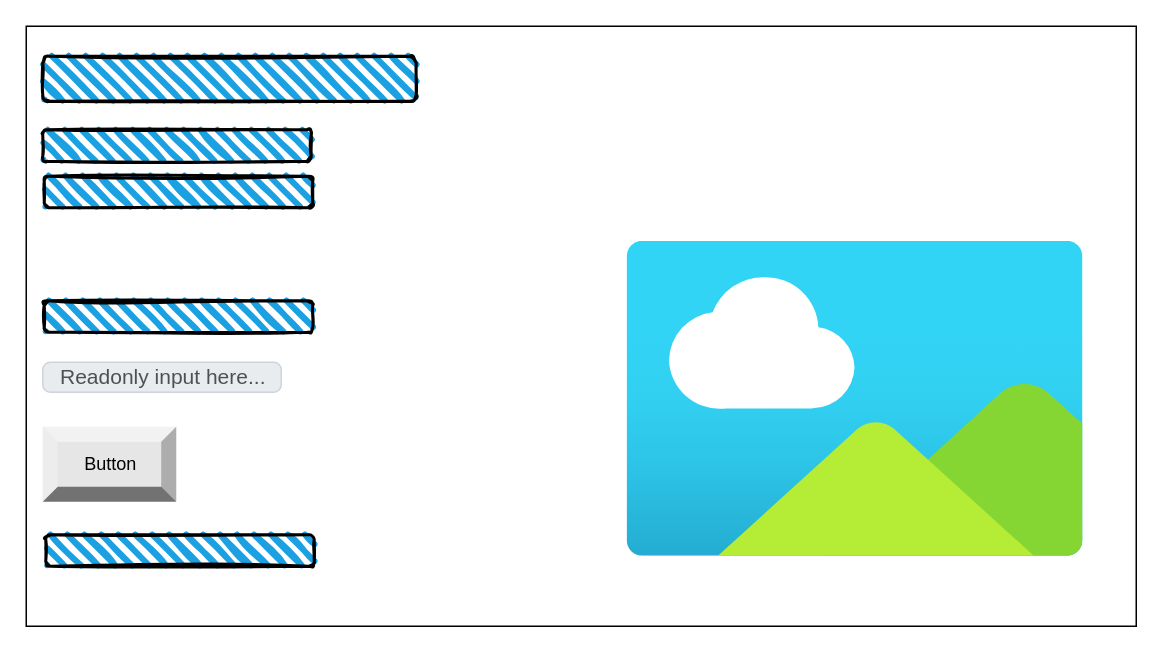
Earlier version of the draw.io diagram page "Page-2" (2 of 2) of design/story-board.drawio (ekaterina-chernykh/ICS20-Unit-5-01). Source tidied: cells renumbered, new cells numbered last; positions are measured from the earlier drawing's top-left corner, leaving out a move shared by most shapes. Both pictures are drawn from the tidied source at 150%, with x=0, y=0 at pixel (26, 26).
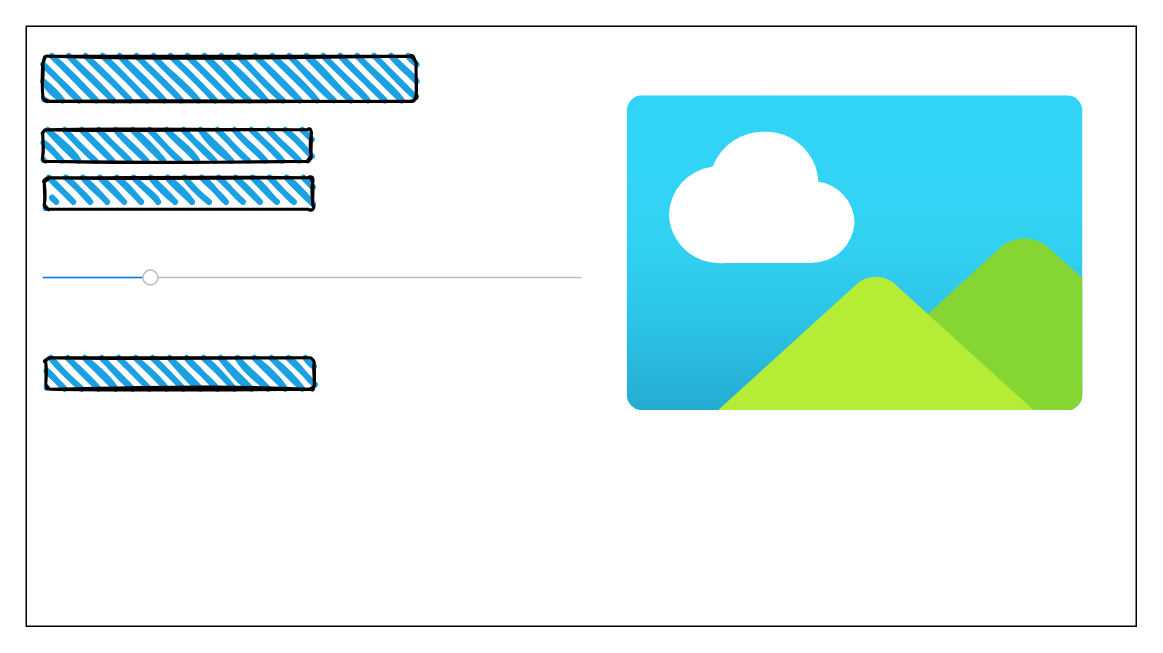
The same diagram, later.

What changed in the source:
```diff
@@
 <mxGraphModel>
   <root>
     <mxCell id="0" />
     <mxCell id="1" parent="0" />
     <mxCell id="2" style="rounded=0;whiteSpace=wrap;html=1;" parent="1" vertex="1">
       <mxGeometry width="740" height="400" as="geometry" />
     </mxCell>
     <mxCell id="3" style="rounded=1;whiteSpace=wrap;html=1;strokeWidth=2;fillWeight=4;hachureGap=8;hachureAngle=45;fillColor=#1ba1e2;sketch=1;" parent="1" vertex="1">
       <mxGeometry x="11" y="20" width="249" height="30" as="geometry" />
     </mxCell>
-    <mxCell id="4" style="rounded=1;whiteSpace=wrap;html=1;strokeWidth=2;fillWeight=4;hachureGap=8;hachureAngle=45;fillColor=#1ba1e2;sketch=1;" parent="1" vertex="1">
-      <mxGeometry x="12" y="100" width="179" height="21" as="geometry" />
-    </mxCell>
     <mxCell id="5" style="rounded=1;whiteSpace=wrap;html=1;strokeWidth=2;fillWeight=4;hachureGap=8;hachureAngle=45;fillColor=#1ba1e2;sketch=1;" parent="1" vertex="1">
       <mxGeometry x="11" y="69" width="179" height="21" as="geometry" />
     </mxCell>
-    <mxCell id="6" style="rounded=1;whiteSpace=wrap;html=1;strokeWidth=2;fillWeight=4;hachureGap=8;hachureAngle=45;fillColor=#1ba1e2;sketch=1;" parent="1" vertex="1">
-      <mxGeometry x="12" y="183" width="179" height="21" as="geometry" />
-    </mxCell>
-    <mxCell id="7" value="Readonly input here..." style="html=1;shadow=0;dashed=0;shape=mxgraph.bootstrap.rrect;rSize=5;strokeColor=#CED4DA;strokeWidth=1;fillColor=#E9ECEF;fontColor=#505050;whiteSpace=wrap;align=left;verticalAlign=middle;spacingLeft=10;fontSize=14;" parent="1" vertex="1">
-      <mxGeometry x="11" y="224" width="159" height="20" as="geometry" />
-    </mxCell>
-    <mxCell id="8" value="Button" style="labelPosition=center;verticalLabelPosition=middle;align=center;html=1;shape=mxgraph.basic.shaded_button;dx=10;fillColor=#E6E6E6;strokeColor=none;" parent="1" vertex="1">
-      <mxGeometry x="11" y="267" width="89" height="50" as="geometry" />
-    </mxCell>
     <mxCell id="9" style="html=1;align=center;image;fontSize=12;image=img/lib/azure2/general/Image.svg;fillColor=#BA6D07;" parent="1" vertex="1">
-      <mxGeometry x="400" y="143.5" width="305.4" height="210" as="geometry" />
+      <mxGeometry x="400" y="46.5" width="305.4" height="210" as="geometry" />
     </mxCell>
     <mxCell id="10" style="rounded=1;whiteSpace=wrap;html=1;strokeWidth=2;fillWeight=4;hachureGap=8;hachureAngle=45;fillColor=#1ba1e2;sketch=1;" parent="1" vertex="1">
-      <mxGeometry x="13" y="339" width="179" height="21" as="geometry" />
+      <mxGeometry x="13" y="221" width="179" height="21" as="geometry" />
     </mxCell>
+    <mxCell id="11" style="rounded=1;whiteSpace=wrap;html=1;strokeWidth=2;fillWeight=4;hachureGap=8;hachureAngle=45;fillColor=#1ba1e2;sketch=1;" parent="1" vertex="1">
+      <mxGeometry x="12" y="101" width="179" height="21" as="geometry" />
+    </mxCell>
+    <mxCell id="12" style="html=1;verticalLabelPosition=bottom;labelBackgroundColor=#ffffff;verticalAlign=top;shadow=0;dashed=0;strokeWidth=1;shape=mxgraph.ios7ui.slider;barPos=20;strokeColor=#0080f0;strokeColor2=#a0a0a0;" parent="1" vertex="1">
+      <mxGeometry x="11" y="160" width="359" height="15" as="geometry" />
+    </mxCell>
   </root>
 </mxGraphModel>
```
